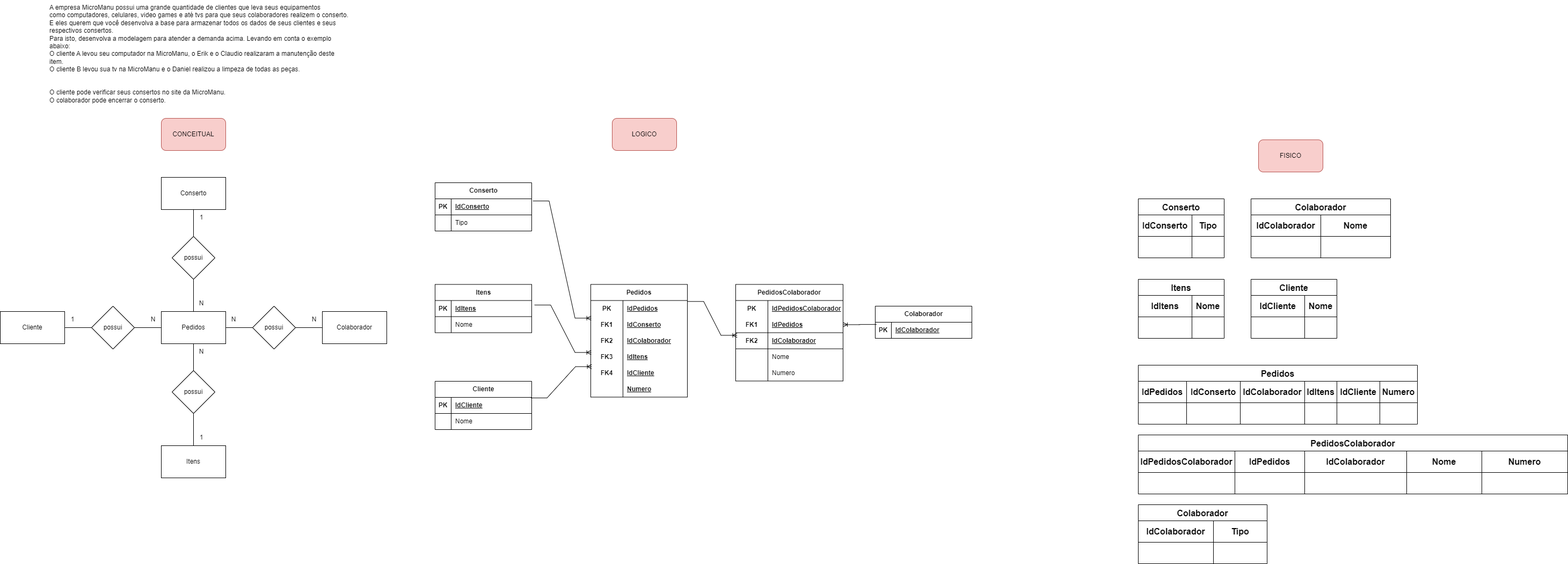
Earlier version of the draw.io export 2_Semestre/SPRINT_1/EX_Drawio/1.6.completo.drawio.png (prgfe/Desenvolvimento_Sistemas). Source tidied: cells renumbered, new cells last; positions are measured from the earlier drawing's top-left corner, leaving out a move shared by most shapes.
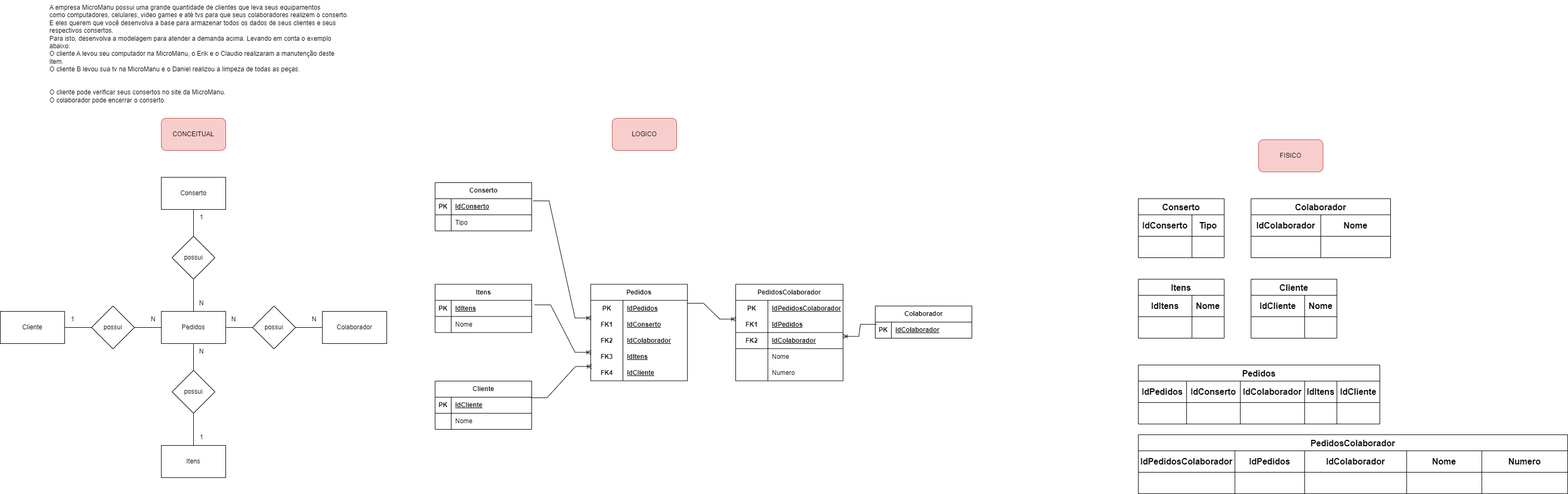
After the commit.

The edit, as a diff of the source:
```diff
@@ -90,7 +90,7 @@
       <mxGeometry x="360" y="390" width="30" height="30" as="geometry" />
     </mxCell>
     <mxCell id="31" value="Pedidos" style="shape=table;startSize=30;rowLines=0;fontStyle=1;align=center;html=1;whiteSpace=wrap;" parent="1" vertex="1">
-      <mxGeometry x="1100" y="529.5" width="180" height="210" as="geometry" />
+      <mxGeometry x="1100" y="529.5" width="180" height="180" as="geometry" />
     </mxCell>
     <mxCell id="32" style="shape=tableRow;horizontal=0;startSize=0;swimlaneHead=0;swimlaneBody=0;fillColor=none;points=[[0,0.5],[1,0.5]];portConstraint=eastwest;top=0;left=0;right=0;bottom=0;html=1;" parent="31" vertex="1">
       <mxGeometry y="30" width="180" height="30" as="geometry" />
@@ -137,15 +137,6 @@
     <mxCell id="46" value="IdCliente" style="shape=partialRectangle;fillColor=none;top=0;left=0;bottom=0;right=0;align=left;spacingLeft=6;fontStyle=5;overflow=hidden;html=1;whiteSpace=wrap;" parent="44" vertex="1">
       <mxGeometry x="60" width="120" height="30" as="geometry" />
     </mxCell>
-    <mxCell id="47" style="shape=tableRow;horizontal=0;startSize=0;swimlaneHead=0;swimlaneBody=0;fillColor=none;top=0;left=0;right=0;bottom=0;html=1;" parent="31" vertex="1">
-      <mxGeometry y="180" width="180" height="30" as="geometry" />
-    </mxCell>
-    <mxCell id="48" style="shape=partialRectangle;fillColor=none;top=0;left=0;bottom=0;right=0;fontStyle=1;overflow=hidden;html=1;whiteSpace=wrap;" parent="47" vertex="1">
-      <mxGeometry width="60" height="30" as="geometry" />
-    </mxCell>
-    <mxCell id="49" value="Numero" style="shape=partialRectangle;fillColor=none;top=0;left=0;bottom=0;right=0;align=left;spacingLeft=6;fontStyle=5;overflow=hidden;html=1;whiteSpace=wrap;" parent="47" vertex="1">
-      <mxGeometry x="60" width="120" height="30" as="geometry" />
-    </mxCell>
     <mxCell id="50" value="Conserto" style="shape=table;startSize=30;rowLines=0;fontStyle=1;align=center;html=1;" parent="1" vertex="1">
       <mxGeometry x="810" y="340" width="180" height="90" as="geometry" />
     </mxCell>
@@ -306,10 +297,10 @@
       <mxGeometry x="130" width="130" height="40" as="geometry" />
     </mxCell>
     <mxCell id="103" value="Pedidos" style="shape=table;startSize=30;strokeColor=default;fontSize=16;fontStyle=1;" parent="1" vertex="1">
-      <mxGeometry x="2120" y="680" width="520" height="110" as="geometry" />
+      <mxGeometry x="2120" y="680" width="450" height="110" as="geometry" />
     </mxCell>
     <mxCell id="104" style="shape=tableRow;horizontal=0;startSize=0;swimlaneHead=0;swimlaneBody=0;strokeColor=inherit;top=0;left=0;bottom=0;right=0;fillColor=none;fontSize=16;" parent="103" vertex="1">
-      <mxGeometry y="30" width="520" height="40" as="geometry" />
+      <mxGeometry y="30" width="450" height="40" as="geometry" />
     </mxCell>
     <mxCell id="105" value="&lt;span&gt;IdPedidos&lt;/span&gt;" style="shape=partialRectangle;html=1;whiteSpace=wrap;strokeColor=inherit;overflow=hidden;fillColor=none;top=0;left=0;bottom=0;right=0;fontSize=16;fontStyle=1;" parent="104" vertex="1">
       <mxGeometry width="90" height="40" as="geometry" />
@@ -326,11 +317,8 @@
     <mxCell id="109" value="IdCliente" style="shape=partialRectangle;html=1;whiteSpace=wrap;strokeColor=inherit;overflow=hidden;fillColor=none;top=0;left=0;bottom=0;right=0;fontSize=16;fontStyle=1;" parent="104" vertex="1">
       <mxGeometry x="370" width="80" height="40" as="geometry" />
     </mxCell>
-    <mxCell id="110" value="Numero" style="shape=partialRectangle;html=1;whiteSpace=wrap;strokeColor=inherit;overflow=hidden;fillColor=none;top=0;left=0;bottom=0;right=0;fontSize=16;fontStyle=1;" parent="104" vertex="1">
-      <mxGeometry x="450" width="70" height="40" as="geometry" />
-    </mxCell>
     <mxCell id="111" style="shape=tableRow;horizontal=0;startSize=0;swimlaneHead=0;swimlaneBody=0;strokeColor=inherit;top=0;left=0;bottom=0;right=0;fillColor=none;fontSize=16;" parent="103" vertex="1">
-      <mxGeometry y="70" width="520" height="40" as="geometry" />
+      <mxGeometry y="70" width="450" height="40" as="geometry" />
     </mxCell>
     <mxCell id="112" style="shape=partialRectangle;html=1;whiteSpace=wrap;strokeColor=inherit;overflow=hidden;fillColor=none;top=0;left=0;bottom=0;right=0;fontSize=16;" parent="111" vertex="1">
       <mxGeometry width="90" height="40" as="geometry" />
@@ -347,9 +335,6 @@
     <mxCell id="116" style="shape=partialRectangle;html=1;whiteSpace=wrap;strokeColor=inherit;overflow=hidden;fillColor=none;top=0;left=0;bottom=0;right=0;fontSize=16;" parent="111" vertex="1">
       <mxGeometry x="370" width="80" height="40" as="geometry" />
     </mxCell>
-    <mxCell id="117" style="shape=partialRectangle;html=1;whiteSpace=wrap;strokeColor=inherit;overflow=hidden;fillColor=none;top=0;left=0;bottom=0;right=0;fontSize=16;" parent="111" vertex="1">
-      <mxGeometry x="450" width="70" height="40" as="geometry" />
-    </mxCell>
     <mxCell id="118" value="PedidosColaborador" style="shape=table;startSize=30;rowLines=0;fontStyle=1;align=center;html=1;whiteSpace=wrap;" parent="1" vertex="1">
       <mxGeometry x="1370" y="529.5" width="200" height="180" as="geometry" />
     </mxCell>
@@ -407,10 +392,10 @@
     <mxCell id="136" style="edgeStyle=entityRelationEdgeStyle;fontSize=12;html=1;endArrow=ERoneToMany;rounded=0;exitX=0.992;exitY=0.035;exitDx=0;exitDy=0;exitPerimeter=0;entryX=0.009;entryY=0.107;entryDx=0;entryDy=0;entryPerimeter=0;" parent="1" edge="1" source="69" target="44">
       <mxGeometry relative="1" as="geometry" />
     </mxCell>
-    <mxCell id="137" style="edgeStyle=entityRelationEdgeStyle;fontSize=12;html=1;endArrow=ERoneToMany;rounded=0;exitX=1.002;exitY=0.06;exitDx=0;exitDy=0;exitPerimeter=0;entryX=0.013;entryY=0.162;entryDx=0;entryDy=0;entryPerimeter=0;" parent="1" edge="1" source="32" target="125">
+    <mxCell id="137" style="edgeStyle=entityRelationEdgeStyle;fontSize=12;html=1;endArrow=ERoneToMany;rounded=0;exitX=1;exitY=0.179;exitDx=0;exitDy=0;exitPerimeter=0;entryX=0.002;entryY=0.164;entryDx=0;entryDy=0;entryPerimeter=0;" parent="1" edge="1" source="32" target="122">
       <mxGeometry relative="1" as="geometry" />
     </mxCell>
-    <mxCell id="138" style="edgeStyle=entityRelationEdgeStyle;fontSize=12;html=1;endArrow=ERoneToMany;rounded=0;exitX=0.013;exitY=0.138;exitDx=0;exitDy=0;exitPerimeter=0;entryX=1;entryY=0.5;entryDx=0;entryDy=0;" parent="1" edge="1" source="58" target="122">
+    <mxCell id="138" style="edgeStyle=entityRelationEdgeStyle;fontSize=12;html=1;endArrow=ERoneToMany;rounded=0;exitX=0.013;exitY=0.138;exitDx=0;exitDy=0;exitPerimeter=0;entryX=0.997;entryY=0.237;entryDx=0;entryDy=0;entryPerimeter=0;" parent="1" edge="1" source="58" target="125">
       <mxGeometry relative="1" as="geometry" />
     </mxCell>
     <mxCell id="139" value="PedidosColaborador" style="shape=table;startSize=30;strokeColor=default;fontSize=16;fontStyle=1;" parent="1" vertex="1">
@@ -452,26 +437,5 @@
     <mxCell id="151" style="shape=partialRectangle;html=1;whiteSpace=wrap;strokeColor=inherit;overflow=hidden;fillColor=none;top=0;left=0;bottom=0;right=0;fontSize=16;" parent="146" vertex="1">
       <mxGeometry x="640" width="160" height="40" as="geometry" />
     </mxCell>
-    <mxCell id="152" value="Colaborador" style="shape=table;startSize=30;strokeColor=default;fontSize=16;fontStyle=1;" parent="1" vertex="1">
-      <mxGeometry x="2120" y="940" width="240" height="110" as="geometry" />
-    </mxCell>
-    <mxCell id="153" style="shape=tableRow;horizontal=0;startSize=0;swimlaneHead=0;swimlaneBody=0;strokeColor=inherit;top=0;left=0;bottom=0;right=0;fillColor=none;fontSize=16;" parent="152" vertex="1">
-      <mxGeometry y="30" width="240" height="40" as="geometry" />
-    </mxCell>
-    <mxCell id="154" value="&lt;b&gt;IdColaborador&lt;/b&gt;" style="shape=partialRectangle;html=1;whiteSpace=wrap;strokeColor=inherit;overflow=hidden;fillColor=none;top=0;left=0;bottom=0;right=0;fontSize=16;" parent="153" vertex="1">
-      <mxGeometry width="140" height="40" as="geometry" />
-    </mxCell>
-    <mxCell id="155" value="&lt;b&gt;Tipo&lt;/b&gt;" style="shape=partialRectangle;html=1;whiteSpace=wrap;strokeColor=inherit;overflow=hidden;fillColor=none;top=0;left=0;bottom=0;right=0;fontSize=16;" parent="153" vertex="1">
-      <mxGeometry x="140" width="100" height="40" as="geometry" />
-    </mxCell>
-    <mxCell id="156" style="shape=tableRow;horizontal=0;startSize=0;swimlaneHead=0;swimlaneBody=0;strokeColor=inherit;top=0;left=0;bottom=0;right=0;fillColor=none;fontSize=16;" parent="152" vertex="1">
-      <mxGeometry y="70" width="240" height="40" as="geometry" />
-    </mxCell>
-    <mxCell id="157" style="shape=partialRectangle;html=1;whiteSpace=wrap;strokeColor=inherit;overflow=hidden;fillColor=none;top=0;left=0;bottom=0;right=0;fontSize=16;" parent="156" vertex="1">
-      <mxGeometry width="140" height="40" as="geometry" />
-    </mxCell>
-    <mxCell id="158" style="shape=partialRectangle;html=1;whiteSpace=wrap;strokeColor=inherit;overflow=hidden;fillColor=none;top=0;left=0;bottom=0;right=0;fontSize=16;" parent="156" vertex="1">
-      <mxGeometry x="140" width="100" height="40" as="geometry" />
-    </mxCell>
   </root>
 </mxGraphModel>
```
